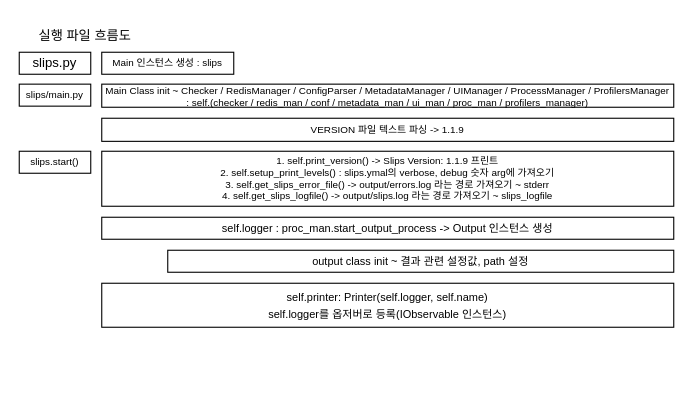
Before: Slips/slips.drawio in NeatyNut/Diagram, a draw.io diagram. Source tidied: cells renumbered, new cells numbered last; positions are measured from the earlier drawing's top-left corner, leaving out a move shared by most shapes. Both pictures are drawn from the tidied source at 110%, with x=0, y=0 at pixel (19, 19).
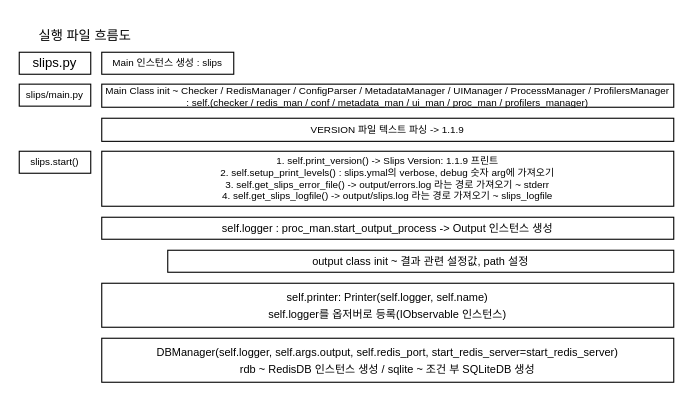
Above is the later version.

Change to the diagram source:
```diff
@@
 <mxGraphModel>
   <root>
     <mxCell id="0" />
     <mxCell id="1" parent="0" />
     <mxCell id="2" value="실행 파일 흐름도" style="text;html=1;align=center;verticalAlign=middle;whiteSpace=wrap;rounded=0;" parent="1" vertex="1">
       <mxGeometry x="5" width="110" height="30" as="geometry" />
     </mxCell>
     <mxCell id="3" value="slips.py" style="rounded=0;html=1;whiteSpace=wrap;" parent="1" vertex="1">
       <mxGeometry y="30" width="65" height="20" as="geometry" />
     </mxCell>
     <mxCell id="4" value="slips/main.py" style="rounded=0;html=1;whiteSpace=wrap;fontSize=9;" parent="1" vertex="1">
       <mxGeometry y="59" width="65" height="20" as="geometry" />
     </mxCell>
     <mxCell id="5" value="Main 인스턴스 생성 : slips" style="rounded=0;html=1;whiteSpace=wrap;fontSize=9;" parent="1" vertex="1">
       <mxGeometry x="75" y="30" width="120" height="20" as="geometry" />
     </mxCell>
     <mxCell id="6" value="Main Class init ~ Checker / RedisManager / ConfigParser / MetadataManager / UIManager / ProcessManager / ProfilersManager&lt;div&gt;: self.(checker / redis_man / conf / metadata_man / ui_man / proc_man / profilers_manager)&lt;/div&gt;" style="rounded=0;html=1;whiteSpace=wrap;fontSize=9;" parent="1" vertex="1">
       <mxGeometry x="75" y="59" width="520" height="21" as="geometry" />
     </mxCell>
     <mxCell id="7" value="VERSION 파일 텍스트 파싱 -&amp;gt; 1.1.9" style="rounded=0;html=1;whiteSpace=wrap;fontSize=9;" parent="1" vertex="1">
       <mxGeometry x="75" y="90" width="520" height="21" as="geometry" />
     </mxCell>
     <mxCell id="8" value="&lt;div&gt;1. self.print_version() -&amp;gt;&amp;nbsp;&lt;span style=&quot;background-color: transparent; color: light-dark(rgb(0, 0, 0), rgb(255, 255, 255));&quot;&gt;Slips Version: 1.1.9 프린트&lt;/span&gt;&lt;/div&gt;&lt;div&gt;2. self.setup_print_levels() : slips.ymal의 verbose, debug 숫자 arg에 가져오기&lt;/div&gt;&lt;div&gt;3. self.get_slips_error_file() -&amp;gt; output/errors.log 라는 경로 가져오기 ~ stderr&lt;/div&gt;&lt;div&gt;4. self.get_slips_logfile() -&amp;gt; output/slips.log 라는 경로 가져오기 ~ slips_logfile&lt;/div&gt;" style="rounded=0;html=1;whiteSpace=wrap;fontSize=9;" parent="1" vertex="1">
       <mxGeometry x="75" y="120" width="520" height="50" as="geometry" />
     </mxCell>
     <mxCell id="9" value="slips.start()" style="rounded=0;html=1;whiteSpace=wrap;fontSize=9;" parent="1" vertex="1">
       <mxGeometry y="120" width="65" height="20" as="geometry" />
     </mxCell>
     <mxCell id="10" value="&lt;font size=&quot;1&quot;&gt;self.logger&amp;nbsp;: proc_man.start_output_process -&amp;gt; Output 인스턴스 생성&lt;/font&gt;" style="rounded=0;whiteSpace=wrap;html=1;" parent="1" vertex="1">
       <mxGeometry x="75" y="180" width="520" height="20" as="geometry" />
     </mxCell>
     <mxCell id="11" value="&lt;font size=&quot;1&quot;&gt;output class init ~ 결과 관련 설정값, path 설정&lt;/font&gt;" style="rounded=0;whiteSpace=wrap;html=1;" parent="1" vertex="1">
       <mxGeometry x="135" y="210" width="460" height="20" as="geometry" />
     </mxCell>
     <mxCell id="12" value="&lt;font size=&quot;1&quot;&gt;self.printer:&amp;nbsp;Printer(self.logger, self.name)&lt;/font&gt;&lt;div&gt;&lt;font size=&quot;1&quot;&gt;self.logger를 옵저버로 등록(&lt;/font&gt;&lt;span style=&quot;background-color: transparent;&quot;&gt;&lt;font size=&quot;1&quot;&gt;IObservable 인스턴스)&lt;/font&gt;&lt;/span&gt;&lt;/div&gt;" style="rounded=0;whiteSpace=wrap;html=1;" parent="1" vertex="1">
       <mxGeometry x="75" y="240" width="520" height="40" as="geometry" />
     </mxCell>
+    <mxCell id="13" value="&lt;font size=&quot;1&quot;&gt;DBManager(self.logger, self.args.output, self.redis_port, start_redis_server=start_redis_server)&lt;/font&gt;&lt;div&gt;&lt;font size=&quot;1&quot;&gt;rdb ~ RedisDB 인스턴스 생성 / sqlite ~ 조건 부 SQLiteDB 생성&lt;/font&gt;&lt;/div&gt;" style="rounded=0;whiteSpace=wrap;html=1;" parent="1" vertex="1">
+      <mxGeometry x="75" y="290" width="520" height="40" as="geometry" />
+    </mxCell>
   </root>
 </mxGraphModel>
```
